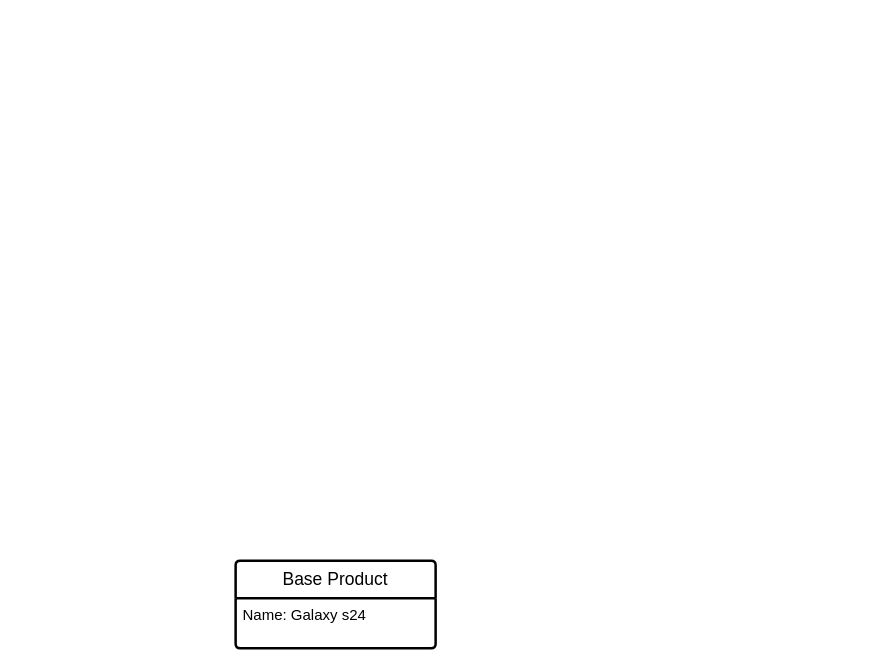
quangha1103/Knownledge-about-e-com-Test keeps this draw.io diagram as page "Structure product" (1 of 2) of Product.drawio. Above is the earlier version. Source tidied: cells renumbered, new cells numbered last; positions are measured from the earlier drawing's top-left corner, leaving out a move shared by most shapes. Both pictures are drawn from the tidied source at 125%, with x=0, y=0 at pixel (235, 560).
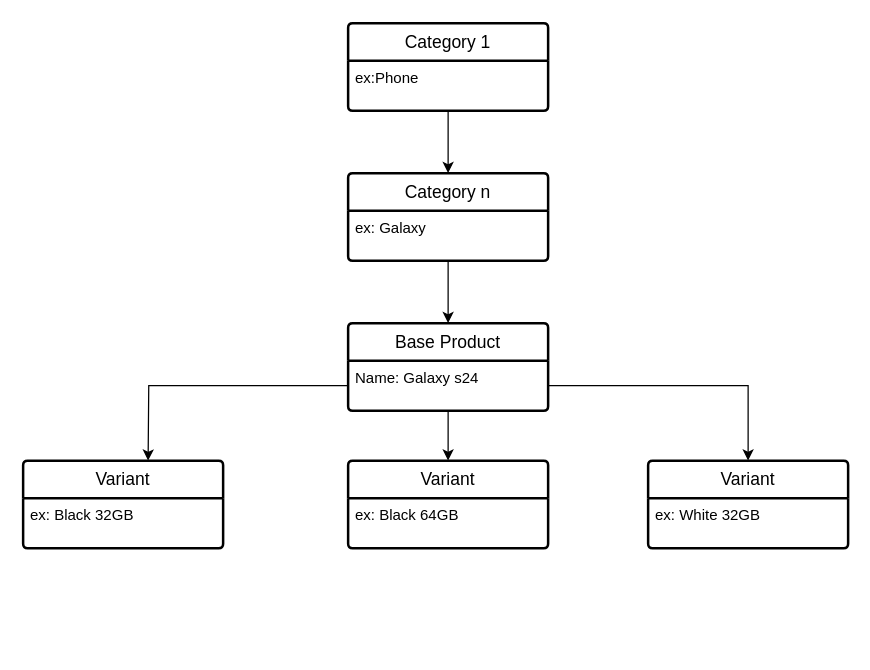
After the change.

Commit message:
Cập nhật Product.drawio

The change refers to these unchanged cells:
```xml
<mxCell id="3" value="Name: Galaxy s24" style="align=left;strokeColor=none;fillColor=none;spacingLeft=4;fontSize=12;verticalAlign=top;html=1;" parent="2" vertex="1">
  <mxGeometry y="30" width="160" height="40" as="geometry" />
</mxCell>
```

The edit, as a diff of the source:
```diff
@@
+    <mxCell id="4" style="group;" parent="1" vertex="1">
+      <mxGeometry x="-170" y="-430" width="620" height="420" as="geometry" />
+    </mxCell>
-    <mxCell id="2" value="Base Product" style="swimlane;horizontal=1;startSize=30;rounded=1;fontSize=14;fontStyle=0;strokeWidth=2;shadow=0;dashed=0;align=center;arcSize=4;whiteSpace=wrap;html=1;" parent="1" vertex="1">
-      <mxGeometry width="160" height="70" as="geometry" />
+    <mxCell id="2" value="Base Product" style="swimlane;horizontal=1;startSize=30;rounded=1;fontSize=14;fontStyle=0;strokeWidth=2;shadow=0;dashed=0;align=center;arcSize=4;whiteSpace=wrap;html=1;" parent="4" vertex="1">
+      <mxGeometry x="260" y="240" width="160" height="70" as="geometry" />
     </mxCell>
@@
+    <mxCell id="5" value="Category 1" style="swimlane;horizontal=1;startSize=30;rounded=1;fontSize=14;fontStyle=0;strokeWidth=2;shadow=0;dashed=0;align=center;arcSize=4;whiteSpace=wrap;html=1;" parent="4" vertex="1">
+      <mxGeometry x="260" width="160" height="70" as="geometry" />
+    </mxCell>
+    <mxCell id="6" value="ex:Phone" style="align=left;strokeColor=none;fillColor=none;spacingLeft=4;fontSize=12;verticalAlign=top;html=1;" parent="5" vertex="1">
+      <mxGeometry y="30" width="160" height="40" as="geometry" />
+    </mxCell>
+    <mxCell id="7" value="Variant" style="swimlane;horizontal=1;startSize=30;rounded=1;fontSize=14;fontStyle=0;strokeWidth=2;shadow=0;dashed=0;align=center;arcSize=4;whiteSpace=wrap;html=1;" parent="4" vertex="1">
+      <mxGeometry x="260" y="350" width="160" height="70" as="geometry" />
+    </mxCell>
+    <mxCell id="8" value="ex: Black 64GB" style="align=left;strokeColor=none;fillColor=none;spacingLeft=4;fontSize=12;verticalAlign=top;html=1;" parent="7" vertex="1">
+      <mxGeometry y="30" width="160" height="40" as="geometry" />
+    </mxCell>
+    <mxCell id="9" value="Category n" style="swimlane;horizontal=1;startSize=30;rounded=1;fontSize=14;fontStyle=0;strokeWidth=2;shadow=0;dashed=0;align=center;arcSize=4;whiteSpace=wrap;html=1;" parent="4" vertex="1">
+      <mxGeometry x="260" y="120" width="160" height="70" as="geometry" />
+    </mxCell>
+    <mxCell id="10" value="ex: Galaxy" style="align=left;strokeColor=none;fillColor=none;spacingLeft=4;fontSize=12;verticalAlign=top;html=1;" parent="9" vertex="1">
+      <mxGeometry y="30" width="160" height="40" as="geometry" />
+    </mxCell>
+    <mxCell id="11" style="edgeStyle=orthogonalEdgeStyle;rounded=0;jettySize=auto;html=1;" parent="4" edge="1" source="6" target="9">
+      <mxGeometry relative="1" as="geometry" />
+    </mxCell>
+    <mxCell id="12" style="edgeStyle=orthogonalEdgeStyle;rounded=0;jettySize=auto;html=1;" parent="4" edge="1" source="10" target="2">
+      <mxGeometry relative="1" as="geometry" />
+    </mxCell>
+    <mxCell id="13" value="Variant" style="swimlane;horizontal=1;startSize=30;rounded=1;fontSize=14;fontStyle=0;strokeWidth=2;shadow=0;dashed=0;align=center;arcSize=4;whiteSpace=wrap;html=1;" parent="4" vertex="1">
+      <mxGeometry x="500" y="350" width="160" height="70" as="geometry" />
+    </mxCell>
+    <mxCell id="14" value="ex: White 32GB" style="align=left;strokeColor=none;fillColor=none;spacingLeft=4;fontSize=12;verticalAlign=top;html=1;" parent="13" vertex="1">
+      <mxGeometry y="30" width="160" height="40" as="geometry" />
+    </mxCell>
+    <mxCell id="15" value="Variant" style="swimlane;horizontal=1;startSize=30;rounded=1;fontSize=14;fontStyle=0;strokeWidth=2;shadow=0;dashed=0;align=center;arcSize=4;whiteSpace=wrap;html=1;" parent="4" vertex="1">
+      <mxGeometry y="350" width="160" height="70" as="geometry" />
+    </mxCell>
+    <mxCell id="16" value="ex: Black 32GB" style="align=left;strokeColor=none;fillColor=none;spacingLeft=4;fontSize=12;verticalAlign=top;html=1;" parent="15" vertex="1">
+      <mxGeometry y="30" width="160" height="40" as="geometry" />
+    </mxCell>
+    <mxCell id="17" style="edgeStyle=orthogonalEdgeStyle;rounded=0;jettySize=auto;html=1;" parent="4" edge="1" source="3">
+      <mxGeometry relative="1" as="geometry">
+        <mxPoint x="100" y="350" as="targetPoint" />
+      </mxGeometry>
+    </mxCell>
+    <mxCell id="18" style="edgeStyle=orthogonalEdgeStyle;rounded=0;jettySize=auto;html=1;" parent="4" edge="1" source="3" target="13">
+      <mxGeometry relative="1" as="geometry" />
+    </mxCell>
+    <mxCell id="19" style="edgeStyle=orthogonalEdgeStyle;rounded=0;jettySize=auto;html=1;" parent="4" edge="1" source="3" target="7">
+      <mxGeometry relative="1" as="geometry" />
+    </mxCell>
```
